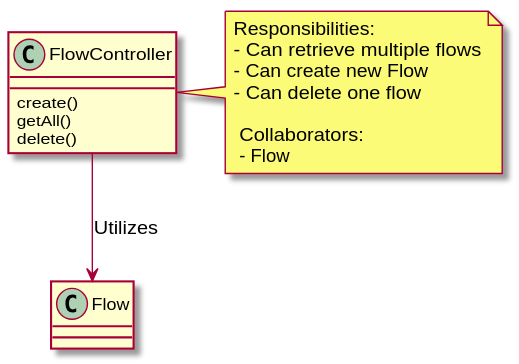
Earlier version of the PlantUML export docs/doxygen_docs/doxygen/inline_umlgraph_2.svg (Nefarious46/cfe_18).
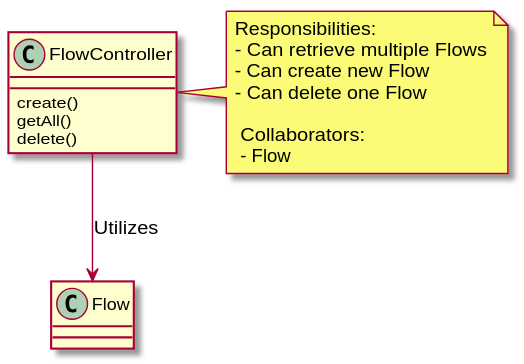
The same diagram one commit later.

The edit, as a diff of the source:
```diff
@@ -9,9 +9,9 @@
 
 note right of FlowController
 Responsibilities:
-- Can retrieve multiple flows
+- Can retrieve multiple Flows
 - Can create new Flow
-- Can delete one flow
+- Can delete one Flow
 
  Collaborators:
  - Flow
```
